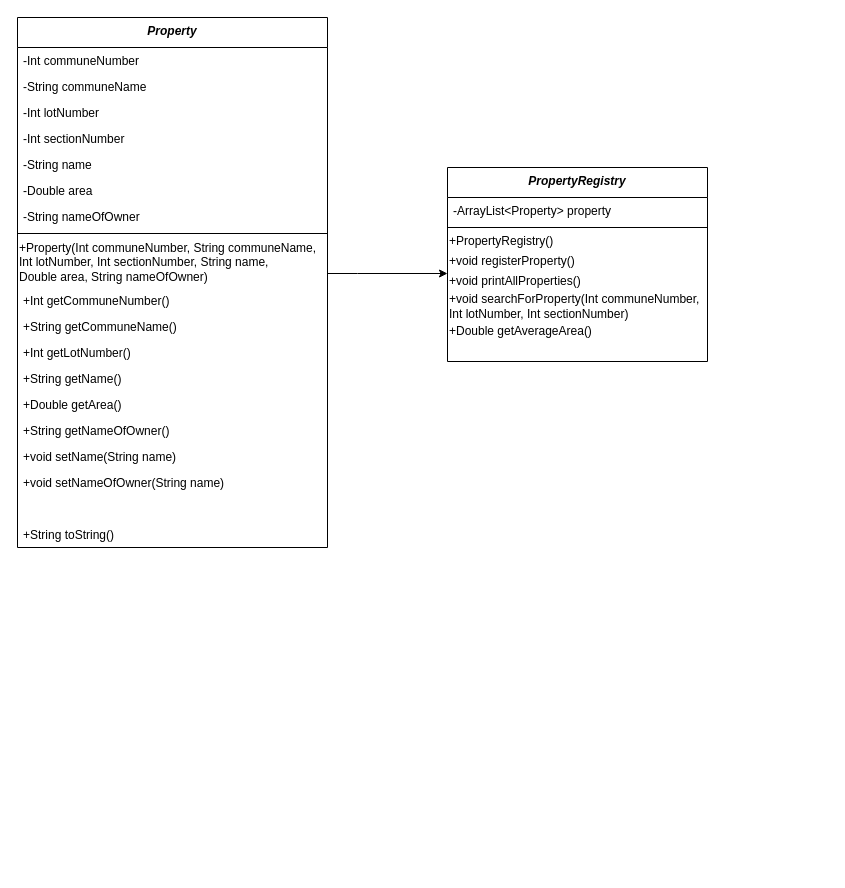
Earlier version of the draw.io diagram Oppg11/Untitled Diagram.drawio (SchatzerZD/Ovinger). Source tidied: cells renumbered, new cells numbered last; positions are measured from the earlier drawing's top-left corner, leaving out a move shared by most shapes. Both pictures are drawn from the tidied source at 100%, with x=0, y=0 at pixel (17, 17).
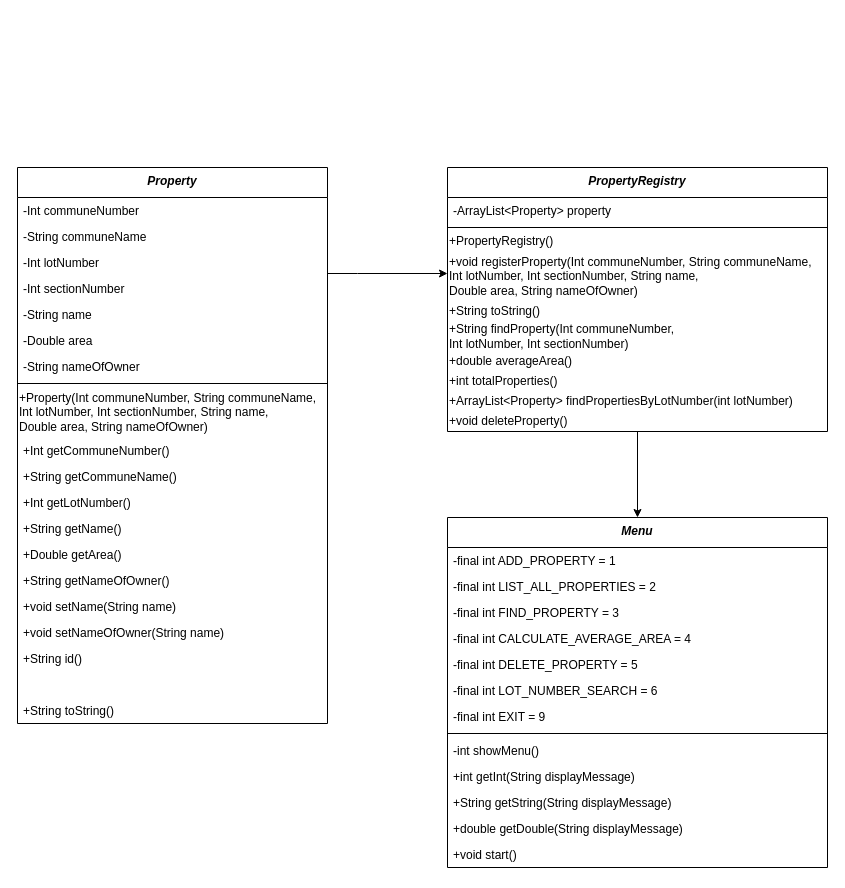
Above is the later version.

The edit, as a diff of the source:
```diff
@@
     <mxCell id="3" value="Property" style="swimlane;fontStyle=3;align=center;verticalAlign=top;horizontal=1;startSize=30;rounded=0;shadow=0;strokeWidth=1;labelBorderColor=none;" parent="1" vertex="1">
-      <mxGeometry width="310" height="530" as="geometry" />
+      <mxGeometry y="150" width="310" height="556" as="geometry" />
     </mxCell>
@@
+    <mxCell id="31" value="+String id()" style="text;align=left;verticalAlign=top;spacingLeft=4;spacingRight=4;overflow=hidden;rounded=0;shadow=0;html=0;" parent="3" vertex="1">
+      <mxGeometry y="478" width="310" height="26" as="geometry" />
+    </mxCell>
     <mxCell id="21" style="text;align=left;verticalAlign=top;spacingLeft=4;spacingRight=4;overflow=hidden;rounded=0;shadow=0;html=0;" parent="3" vertex="1">
-      <mxGeometry y="478" width="310" height="26" as="geometry" />
+      <mxGeometry y="504" width="310" height="26" as="geometry" />
     </mxCell>
     <mxCell id="22" value="+String toString()" style="text;align=left;verticalAlign=top;spacingLeft=4;spacingRight=4;overflow=hidden;rounded=0;shadow=0;html=0;" parent="3" vertex="1">
-      <mxGeometry y="504" width="310" height="26" as="geometry" />
+      <mxGeometry y="530" width="310" height="26" as="geometry" />
     </mxCell>
+    <mxCell id="32" style="edgeStyle=orthogonalEdgeStyle;rounded=0;jettySize=auto;html=1;" parent="1" edge="1" source="23" target="36">
+      <mxGeometry relative="1" as="geometry" />
+    </mxCell>
     <mxCell id="23" value="PropertyRegistry" style="swimlane;fontStyle=3;align=center;verticalAlign=top;horizontal=1;startSize=30;rounded=0;shadow=0;strokeWidth=1;labelBorderColor=none;" parent="1" vertex="1">
-      <mxGeometry x="430" y="150" width="260" height="194" as="geometry" />
+      <mxGeometry x="430" y="150" width="380" height="264" as="geometry" />
     </mxCell>
     <mxCell id="24" value="-ArrayList&lt;Property&gt; property" style="text;align=left;verticalAlign=top;spacingLeft=4;spacingRight=4;overflow=hidden;" parent="23" vertex="1">
-      <mxGeometry y="30" width="260" height="26" as="geometry" />
+      <mxGeometry y="30" width="380" height="26" as="geometry" />
     </mxCell>
     <mxCell id="25" style="line;html=1;strokeWidth=1;align=left;verticalAlign=middle;spacingTop=-1;spacingLeft=3;spacingRight=3;labelPosition=right;" parent="23" vertex="1">
-      <mxGeometry y="56" width="260" height="8" as="geometry" />
+      <mxGeometry y="56" width="380" height="8" as="geometry" />
     </mxCell>
     <mxCell id="26" value="+PropertyRegistry()" style="text;html=1;align=left;verticalAlign=middle;strokeColor=none;fillColor=none;horizontal=1;rotation=0;" parent="23" vertex="1">
-      <mxGeometry y="64" width="260" height="20" as="geometry" />
+      <mxGeometry y="64" width="380" height="20" as="geometry" />
     </mxCell>
-    <mxCell id="27" value="+void registerProperty()" style="text;html=1;align=left;verticalAlign=middle;strokeColor=none;fillColor=none;horizontal=1;rotation=0;" parent="23" vertex="1">
-      <mxGeometry y="84" width="260" height="20" as="geometry" />
+    <mxCell id="27" value="+void registerProperty(Int communeNumber, String communeName,&lt;br&gt;Int lotNumber, Int sectionNumber, String name,&lt;br&gt;Double area, String nameOfOwner)" style="text;html=1;align=left;verticalAlign=middle;strokeColor=none;fillColor=none;horizontal=1;rotation=0;" parent="23" vertex="1">
+      <mxGeometry y="84" width="380" height="50" as="geometry" />
     </mxCell>
-    <mxCell id="28" value="+void printAllProperties()" style="text;html=1;align=left;verticalAlign=middle;strokeColor=none;fillColor=none;horizontal=1;rotation=0;" parent="23" vertex="1">
-      <mxGeometry y="104" width="260" height="20" as="geometry" />
+    <mxCell id="28" value="+String toString()" style="text;html=1;align=left;verticalAlign=middle;strokeColor=none;fillColor=none;horizontal=1;rotation=0;" parent="23" vertex="1">
+      <mxGeometry y="134" width="380" height="20" as="geometry" />
     </mxCell>
-    <mxCell id="29" value="+void searchForProperty(Int communeNumber, &lt;br&gt;Int lotNumber, Int sectionNumber)" style="text;html=1;align=left;verticalAlign=middle;strokeColor=none;fillColor=none;horizontal=1;rotation=0;" parent="23" vertex="1">
-      <mxGeometry y="124" width="260" height="30" as="geometry" />
+    <mxCell id="29" value="+String findProperty&lt;span&gt;(Int communeNumber,&lt;/span&gt;&lt;br&gt;Int lotNumber, Int sectionNumber)" style="text;html=1;align=left;verticalAlign=middle;strokeColor=none;fillColor=none;horizontal=1;rotation=0;" parent="23" vertex="1">
+      <mxGeometry y="154" width="380" height="30" as="geometry" />
     </mxCell>
-    <mxCell id="30" value="+Double getAverageArea()" style="text;html=1;align=left;verticalAlign=middle;strokeColor=none;fillColor=none;horizontal=1;rotation=0;" parent="23" vertex="1">
-      <mxGeometry y="154" width="260" height="20" as="geometry" />
+    <mxCell id="30" value="+double averageArea()" style="text;html=1;align=left;verticalAlign=middle;strokeColor=none;fillColor=none;horizontal=1;rotation=0;" parent="23" vertex="1">
+      <mxGeometry y="184" width="380" height="20" as="geometry" />
     </mxCell>
+    <mxCell id="33" value="+int totalProperties()" style="text;html=1;align=left;verticalAlign=middle;strokeColor=none;fillColor=none;horizontal=1;rotation=0;" parent="23" vertex="1">
+      <mxGeometry y="204" width="380" height="20" as="geometry" />
+    </mxCell>
+    <mxCell id="34" value="+ArrayList&amp;lt;Property&amp;gt; findPropertiesByLotNumber(int lotNumber)" style="text;html=1;align=left;verticalAlign=middle;strokeColor=none;fillColor=none;horizontal=1;rotation=0;" parent="23" vertex="1">
+      <mxGeometry y="224" width="380" height="20" as="geometry" />
+    </mxCell>
+    <mxCell id="35" value="+void deleteProperty()" style="text;html=1;align=left;verticalAlign=middle;strokeColor=none;fillColor=none;horizontal=1;rotation=0;" parent="23" vertex="1">
+      <mxGeometry y="244" width="380" height="20" as="geometry" />
+    </mxCell>
+    <mxCell id="36" value="Menu" style="swimlane;fontStyle=3;align=center;verticalAlign=top;horizontal=1;startSize=30;rounded=0;shadow=0;strokeWidth=1;labelBorderColor=none;" parent="1" vertex="1">
+      <mxGeometry x="430" y="500" width="380" height="350" as="geometry" />
+    </mxCell>
+    <mxCell id="37" value="-final int ADD_PROPERTY = 1" style="text;align=left;verticalAlign=top;spacingLeft=4;spacingRight=4;overflow=hidden;" parent="36" vertex="1">
+      <mxGeometry y="30" width="380" height="26" as="geometry" />
+    </mxCell>
+    <mxCell id="38" value="-final int LIST_ALL_PROPERTIES = 2" style="text;align=left;verticalAlign=top;spacingLeft=4;spacingRight=4;overflow=hidden;" parent="36" vertex="1">
+      <mxGeometry y="56" width="380" height="26" as="geometry" />
+    </mxCell>
+    <mxCell id="39" value="-final int FIND_PROPERTY = 3" style="text;align=left;verticalAlign=top;spacingLeft=4;spacingRight=4;overflow=hidden;" parent="36" vertex="1">
+      <mxGeometry y="82" width="380" height="26" as="geometry" />
+    </mxCell>
+    <mxCell id="40" value="-final int CALCULATE_AVERAGE_AREA = 4" style="text;align=left;verticalAlign=top;spacingLeft=4;spacingRight=4;overflow=hidden;" parent="36" vertex="1">
+      <mxGeometry y="108" width="380" height="26" as="geometry" />
+    </mxCell>
+    <mxCell id="41" value="-final int DELETE_PROPERTY = 5" style="text;align=left;verticalAlign=top;spacingLeft=4;spacingRight=4;overflow=hidden;" parent="36" vertex="1">
+      <mxGeometry y="134" width="380" height="26" as="geometry" />
+    </mxCell>
+    <mxCell id="42" value="-final int LOT_NUMBER_SEARCH = 6" style="text;align=left;verticalAlign=top;spacingLeft=4;spacingRight=4;overflow=hidden;" parent="36" vertex="1">
+      <mxGeometry y="160" width="380" height="26" as="geometry" />
+    </mxCell>
+    <mxCell id="43" value="-final int EXIT = 9" style="text;align=left;verticalAlign=top;spacingLeft=4;spacingRight=4;overflow=hidden;" parent="36" vertex="1">
+      <mxGeometry y="186" width="380" height="26" as="geometry" />
+    </mxCell>
+    <mxCell id="44" style="line;html=1;strokeWidth=1;align=left;verticalAlign=middle;spacingTop=-1;spacingLeft=3;spacingRight=3;labelPosition=right;" parent="36" vertex="1">
+      <mxGeometry y="212" width="380" height="8" as="geometry" />
+    </mxCell>
+    <mxCell id="45" value="-int showMenu()" style="text;align=left;verticalAlign=top;spacingLeft=4;spacingRight=4;overflow=hidden;" parent="36" vertex="1">
+      <mxGeometry y="220" width="380" height="26" as="geometry" />
+    </mxCell>
+    <mxCell id="46" value="+int getInt(String displayMessage)" style="text;align=left;verticalAlign=top;spacingLeft=4;spacingRight=4;overflow=hidden;" parent="36" vertex="1">
+      <mxGeometry y="246" width="380" height="26" as="geometry" />
+    </mxCell>
+    <mxCell id="47" value="+String getString(String displayMessage)" style="text;align=left;verticalAlign=top;spacingLeft=4;spacingRight=4;overflow=hidden;" parent="36" vertex="1">
+      <mxGeometry y="272" width="380" height="26" as="geometry" />
+    </mxCell>
+    <mxCell id="48" value="+double getDouble(String displayMessage)" style="text;align=left;verticalAlign=top;spacingLeft=4;spacingRight=4;overflow=hidden;" parent="36" vertex="1">
+      <mxGeometry y="298" width="380" height="26" as="geometry" />
+    </mxCell>
+    <mxCell id="49" value="+void start()" style="text;align=left;verticalAlign=top;spacingLeft=4;spacingRight=4;overflow=hidden;" parent="36" vertex="1">
+      <mxGeometry y="324" width="380" height="26" as="geometry" />
+    </mxCell>
```
